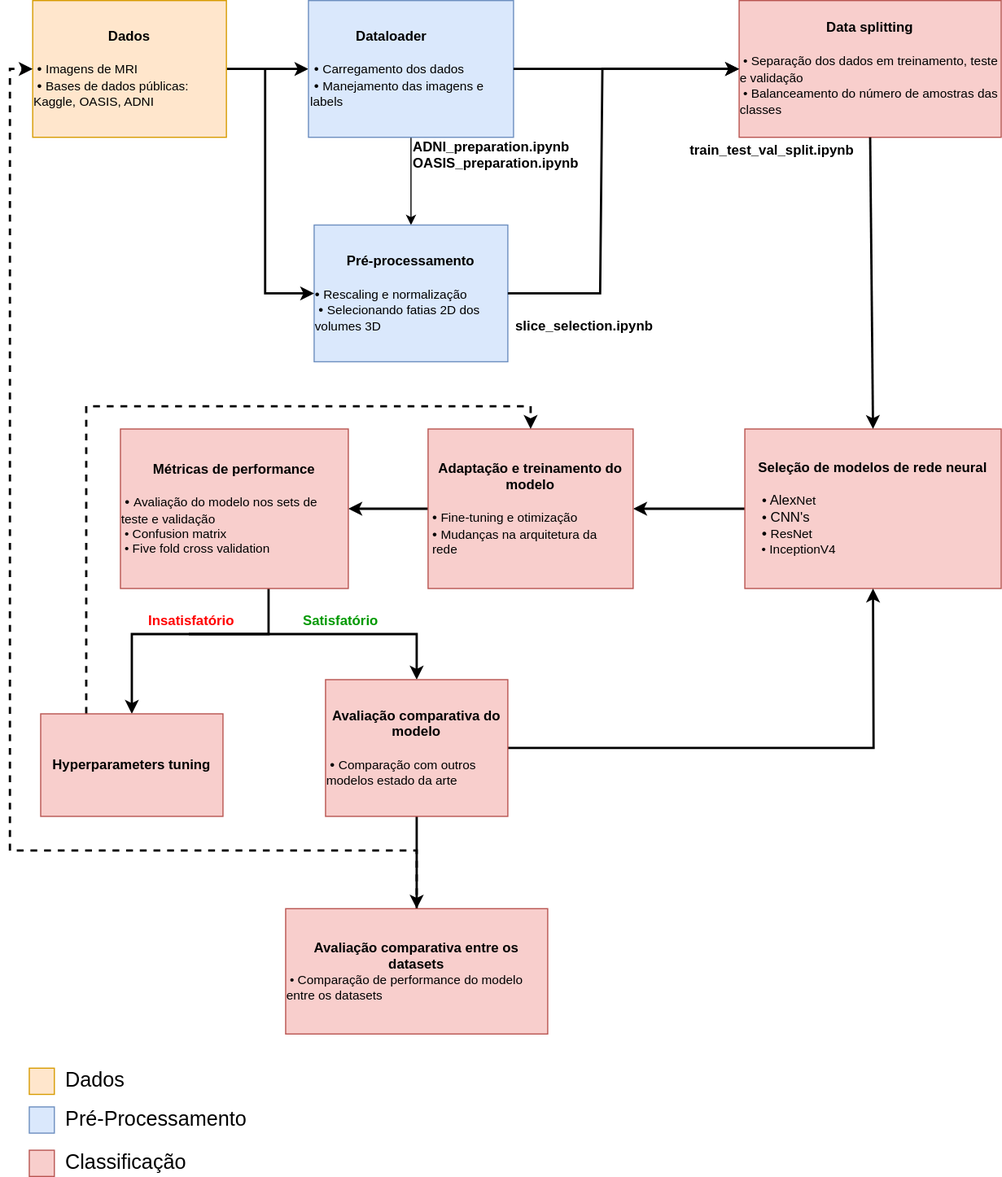
The draw.io diagram projetos/AlzClass/assets/workflow.drawio.svg in Disciplinas-FEEC/IA901-2023S1, before a commit. Source tidied: cells renumbered, new cells last; positions are measured from the earlier drawing's top-left corner, leaving out a move shared by most shapes.
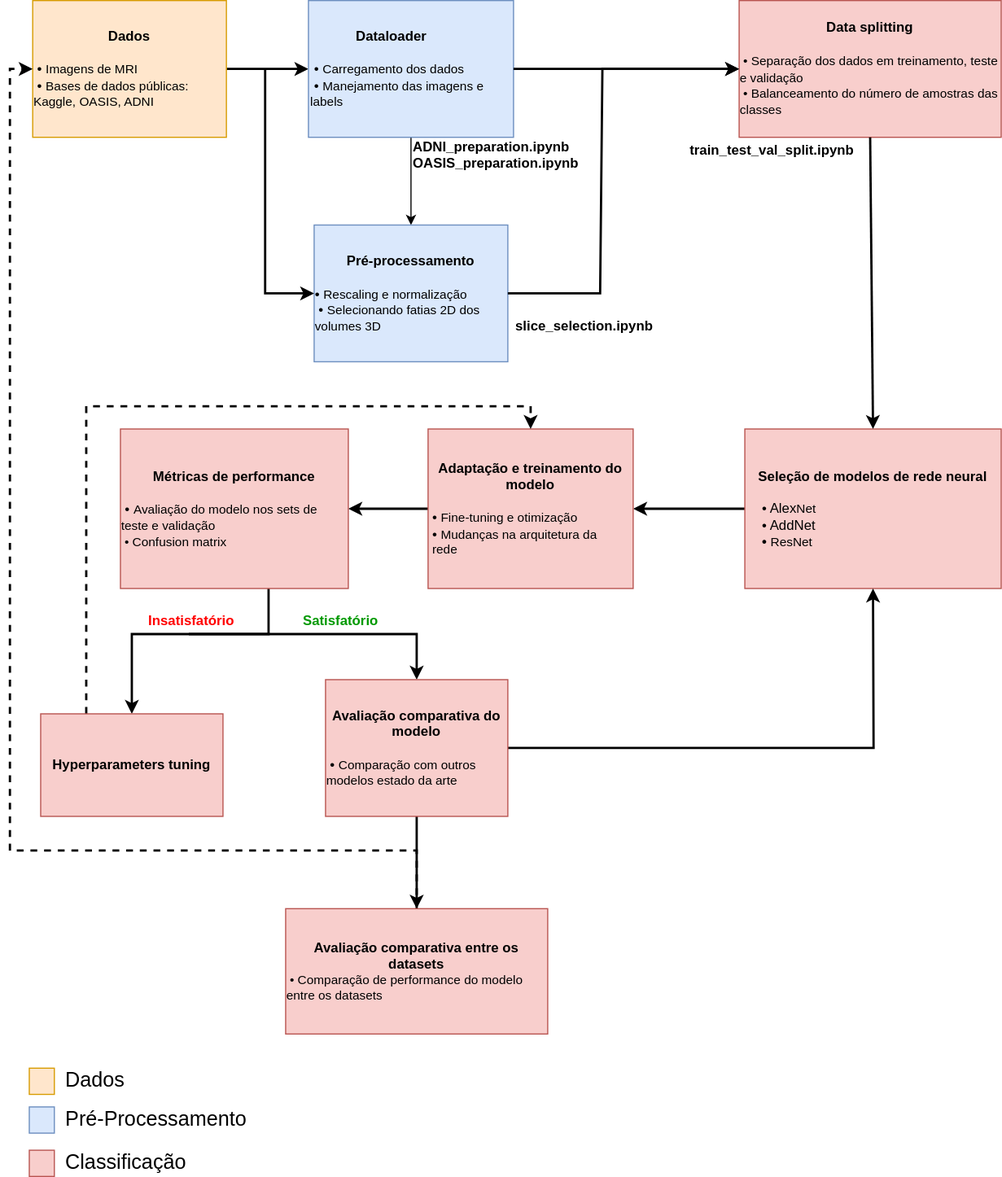
The same diagram one commit later.

The edit, as a diff of the source:
```diff
@@ -23,7 +23,7 @@
     <mxCell id="8" style="edgeStyle=orthogonalEdgeStyle;rounded=0;jettySize=auto;html=1;fontFamily=Helvetica;strokeWidth=2;" parent="1" edge="1" source="9" target="12">
       <mxGeometry relative="1" as="geometry" />
     </mxCell>
-    <mxCell id="9" value="&lt;font style=&quot;font-size: 11px;&quot;&gt;&lt;span style=&quot;font-size: 12px;&quot;&gt;&lt;b&gt;Seleção de modelos de rede neural&lt;/b&gt;&lt;br&gt;&lt;br&gt;&lt;div style=&quot;font-weight: bold; text-align: left;&quot;&gt;&amp;nbsp;&lt;span style=&quot;font-weight: 400; text-align: center;&quot;&gt;• Alex&lt;/span&gt;&lt;span style=&quot;font-size: 11px; background-color: initial; font-weight: normal;&quot;&gt;Net&lt;/span&gt;&lt;/div&gt;&lt;div style=&quot;text-align: left;&quot;&gt;&lt;b&gt;&amp;nbsp;&lt;/b&gt;• CNN's&lt;span style=&quot;font-weight: normal; font-size: 11px; background-color: initial;&quot;&gt;&lt;br&gt;&lt;/span&gt;&lt;/div&gt;&lt;div style=&quot;font-weight: bold; text-align: left;&quot;&gt;&amp;nbsp;•&amp;nbsp;&lt;span style=&quot;background-color: initial; font-size: 11px; font-weight: normal;&quot;&gt;ResNet&lt;/span&gt;&lt;span style=&quot;font-size: 11px; background-color: initial; font-weight: normal;&quot;&gt;&lt;br&gt;&lt;/span&gt;&lt;/div&gt;&lt;div style=&quot;font-weight: bold; text-align: left;&quot;&gt;&lt;font style=&quot;font-size: 11px; background-color: initial; font-weight: normal;&quot;&gt;&amp;nbsp;&lt;/font&gt;&lt;font style=&quot;font-size: 11px; background-color: initial; font-weight: normal;&quot;&gt;•&amp;nbsp;InceptionV4&lt;/font&gt;&lt;/div&gt;&lt;/span&gt;&lt;/font&gt;" style="rounded=0;whiteSpace=wrap;html=1;fontFamily=Helvetica;fillColor=#f8cecc;strokeColor=#b85450;" parent="1" vertex="1">
+    <mxCell id="9" value="&lt;font style=&quot;font-size: 11px;&quot;&gt;&lt;span style=&quot;font-size: 12px;&quot;&gt;&lt;b&gt;Seleção de modelos de rede neural&lt;/b&gt;&lt;br&gt;&lt;br&gt;&lt;div style=&quot;font-weight: bold; text-align: left;&quot;&gt;&amp;nbsp;&lt;span style=&quot;font-weight: 400; text-align: center;&quot;&gt;• Alex&lt;/span&gt;&lt;span style=&quot;font-size: 11px; background-color: initial; font-weight: normal;&quot;&gt;Net&lt;/span&gt;&lt;/div&gt;&lt;div style=&quot;text-align: left;&quot;&gt;&lt;b&gt;&amp;nbsp;&lt;/b&gt;• AddNet&lt;span style=&quot;font-weight: normal; font-size: 11px; background-color: initial;&quot;&gt;&lt;br&gt;&lt;/span&gt;&lt;/div&gt;&lt;div style=&quot;font-weight: bold; text-align: left;&quot;&gt;&amp;nbsp;•&amp;nbsp;&lt;span style=&quot;background-color: initial; font-size: 11px; font-weight: normal;&quot;&gt;ResNet&lt;/span&gt;&lt;/div&gt;&lt;/span&gt;&lt;/font&gt;" style="rounded=0;whiteSpace=wrap;html=1;fontFamily=Helvetica;fillColor=#f8cecc;strokeColor=#b85450;" parent="1" vertex="1">
       <mxGeometry x="645" y="376" width="225" height="140" as="geometry" />
     </mxCell>
     <mxCell id="10" style="endArrow=classic;html=1;rounded=0;fontFamily=Helvetica;entryX=0;entryY=0.5;entryDx=0;entryDy=0;strokeWidth=2;" parent="1" edge="1" target="7">
@@ -49,7 +49,7 @@
         </Array>
       </mxGeometry>
     </mxCell>
-    <mxCell id="14" value="&lt;b&gt;Métricas de performance&lt;br&gt;&lt;/b&gt;&lt;br&gt;&lt;div style=&quot;text-align: left;&quot;&gt;&lt;span style=&quot;background-color: initial;&quot;&gt;&amp;nbsp;•&amp;nbsp;&lt;/span&gt;&lt;span style=&quot;background-color: initial; font-size: 11px;&quot;&gt;Avaliação do modelo nos sets de teste e validação&lt;/span&gt;&lt;/div&gt;&lt;font style=&quot;font-size: 11px;&quot;&gt;&lt;div style=&quot;text-align: left;&quot;&gt;&lt;span style=&quot;background-color: initial;&quot;&gt;&amp;nbsp;•&amp;nbsp;&lt;/span&gt;&lt;span style=&quot;background-color: initial;&quot;&gt;Confusion matrix&lt;/span&gt;&lt;/div&gt;&lt;div style=&quot;text-align: left;&quot;&gt;&lt;span style=&quot;background-color: initial;&quot;&gt;&amp;nbsp;•&amp;nbsp;&lt;/span&gt;&lt;span style=&quot;background-color: initial; text-align: left;&quot;&gt;Five fold cross validation&lt;/span&gt;&lt;/div&gt;&lt;/font&gt;" style="rounded=0;whiteSpace=wrap;html=1;fontFamily=Helvetica;fillColor=#f8cecc;strokeColor=#b85450;" parent="1" vertex="1">
+    <mxCell id="14" value="&lt;b&gt;Métricas de performance&lt;br&gt;&lt;/b&gt;&lt;br&gt;&lt;div style=&quot;text-align: left;&quot;&gt;&lt;span style=&quot;background-color: initial;&quot;&gt;&amp;nbsp;•&amp;nbsp;&lt;/span&gt;&lt;span style=&quot;background-color: initial; font-size: 11px;&quot;&gt;Avaliação do modelo nos sets de teste e validação&lt;/span&gt;&lt;/div&gt;&lt;font style=&quot;font-size: 11px;&quot;&gt;&lt;div style=&quot;text-align: left;&quot;&gt;&lt;span style=&quot;background-color: initial;&quot;&gt;&amp;nbsp;•&amp;nbsp;&lt;/span&gt;&lt;span style=&quot;background-color: initial;&quot;&gt;Confusion matrix&lt;/span&gt;&lt;/div&gt;&lt;/font&gt;" style="rounded=0;whiteSpace=wrap;html=1;fontFamily=Helvetica;fillColor=#f8cecc;strokeColor=#b85450;" parent="1" vertex="1">
       <mxGeometry x="97" y="376" width="200" height="140" as="geometry" />
     </mxCell>
     <mxCell id="15" style="edgeStyle=orthogonalEdgeStyle;rounded=0;jettySize=auto;html=1;exitX=0.25;exitY=0;exitDx=0;exitDy=0;entryX=0.5;entryY=0;entryDx=0;entryDy=0;strokeWidth=2;dashed=1;" parent="1" edge="1" source="16" target="12">
```
